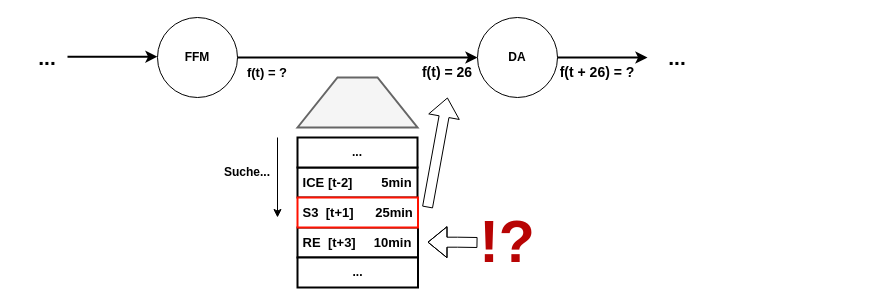
The draw.io diagram __draw.io_raw/time-dependent-timedependence.drawio in SomeDudeOnThisPage/TUDA-SeminarTimetables-Slides, before the edit. Source tidied: cells renumbered, new cells numbered last; positions are measured from the earlier drawing's top-left corner, leaving out a move shared by most shapes. Both pictures are drawn from the tidied source at 100%, with x=0, y=0 at pixel (17, 17).
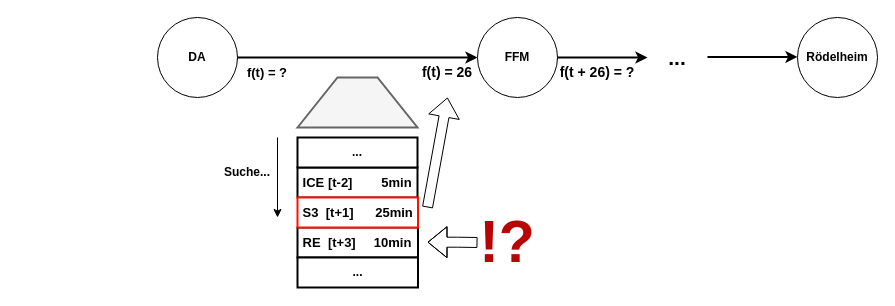
The same page after the edit.

Diff of the diagram source:
```diff
@@
-    <mxCell id="3" value="FFM" style="ellipse;whiteSpace=wrap;html=1;fontStyle=1;" parent="1" vertex="1">
+    <mxCell id="3" value="DA" style="ellipse;whiteSpace=wrap;html=1;fontStyle=1;" parent="1" vertex="1">
       <mxGeometry x="140" width="80" height="80" as="geometry" />
     </mxCell>
-    <mxCell id="4" value="DA" style="ellipse;whiteSpace=wrap;html=1;fontStyle=1;" parent="1" vertex="1">
+    <mxCell id="4" value="FFM" style="ellipse;whiteSpace=wrap;html=1;fontStyle=1;" parent="1" vertex="1">
       <mxGeometry x="460" width="80" height="80" as="geometry" />
     </mxCell>
@@
-    <mxCell id="15" value="..." style="text;html=1;strokeColor=none;fillColor=none;align=center;verticalAlign=middle;whiteSpace=wrap;rounded=0;fontStyle=1;fontSize=21;" parent="1" vertex="1">
-      <mxGeometry y="25" width="60" height="30" as="geometry" />
-    </mxCell>
@@
-    <mxCell id="20" style="endArrow=classic;html=1;rounded=0;exitX=1;exitY=0.5;exitDx=0;exitDy=0;strokeWidth=2;entryX=0;entryY=0.5;entryDx=0;entryDy=0;" parent="1" edge="1">
-      <mxGeometry relative="1" as="geometry">
-        <mxPoint x="50" y="39.2" as="sourcePoint" />
-        <mxPoint x="140" y="39.2" as="targetPoint" />
-      </mxGeometry>
-    </mxCell>
@@
+    <mxCell id="23" style="endArrow=classic;html=1;rounded=0;exitX=1;exitY=0.5;exitDx=0;exitDy=0;strokeWidth=2;entryX=0;entryY=0.5;entryDx=0;entryDy=0;" parent="1" edge="1">
+      <mxGeometry relative="1" as="geometry">
+        <mxPoint x="690" y="39.4" as="sourcePoint" />
+        <mxPoint x="780" y="39.4" as="targetPoint" />
+      </mxGeometry>
+    </mxCell>
+    <mxCell id="24" value="Rödelheim" style="ellipse;whiteSpace=wrap;html=1;fontStyle=1;" parent="1" vertex="1">
+      <mxGeometry x="780" width="80" height="80" as="geometry" />
+    </mxCell>
```
